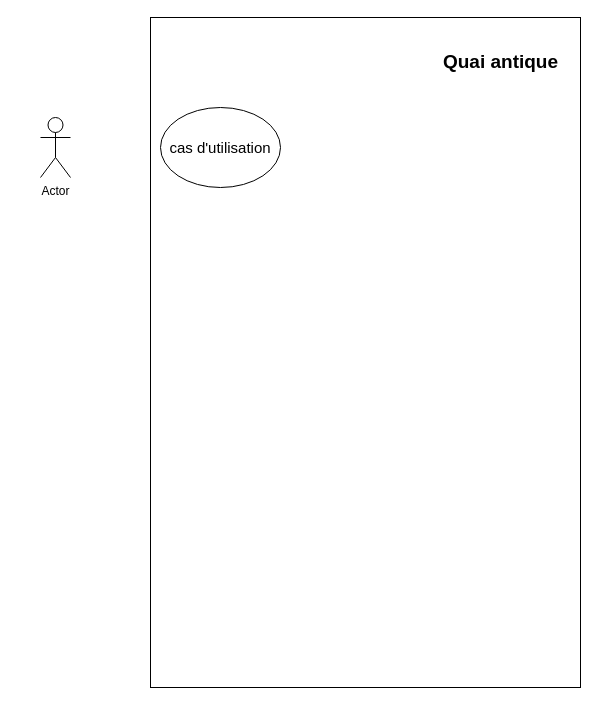
The draw.io diagram Diagramme quai antique.drawio in Valtenas/projet-fil-rouge, before the edit. Source tidied: cells renumbered, new cells numbered last; positions are measured from the earlier drawing's top-left corner, leaving out a move shared by most shapes. Both pictures are drawn from the tidied source at 100%, with x=0, y=0 at pixel (40, 17).
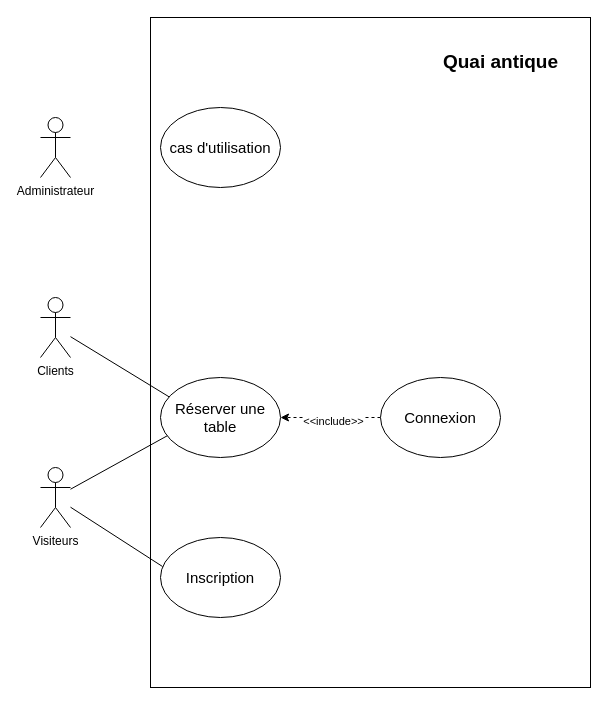
The same page after the edit.

The edit, as a diff of the source:
```diff
@@
 <mxGraphModel>
   <root>
     <mxCell id="0" />
     <mxCell id="1" parent="0" />
     <mxCell id="2" style="rounded=0;whiteSpace=wrap;html=1;" parent="1" vertex="1">
-      <mxGeometry x="110" width="430" height="670" as="geometry" />
+      <mxGeometry x="110" width="440" height="670" as="geometry" />
     </mxCell>
     <mxCell id="3" value="Quai antique" style="text;strokeColor=none;fillColor=none;html=1;fontSize=19;fontStyle=1;verticalAlign=middle;align=center;" parent="1" vertex="1">
       <mxGeometry x="410" y="20" width="100" height="50" as="geometry" />
     </mxCell>
     <mxCell id="4" value="cas d'utilisation" style="ellipse;whiteSpace=wrap;html=1;fontSize=15;" parent="1" vertex="1">
       <mxGeometry x="120" y="90" width="120" height="80" as="geometry" />
     </mxCell>
-    <mxCell id="5" value="Actor" style="shape=umlActor;verticalLabelPosition=bottom;verticalAlign=top;html=1;" parent="1" vertex="1">
+    <mxCell id="5" value="&lt;div&gt;Administrateur&lt;/div&gt;" style="shape=umlActor;verticalLabelPosition=bottom;verticalAlign=top;html=1;" parent="1" vertex="1">
       <mxGeometry y="100" width="30" height="60" as="geometry" />
     </mxCell>
+    <mxCell id="6" style="rounded=0;jettySize=auto;html=1;entryX=0.108;entryY=0.275;entryDx=0;entryDy=0;endArrow=none;startFill=0;entryPerimeter=0;" parent="1" edge="1" source="7" target="12">
+      <mxGeometry relative="1" as="geometry" />
+    </mxCell>
+    <mxCell id="7" value="&lt;div&gt;Clients&lt;/div&gt;" style="shape=umlActor;verticalLabelPosition=bottom;verticalAlign=top;html=1;outlineConnect=0;" parent="1" vertex="1">
+      <mxGeometry y="280" width="30" height="60" as="geometry" />
+    </mxCell>
+    <mxCell id="8" style="rounded=0;jettySize=auto;html=1;entryX=0.075;entryY=0.713;entryDx=0;entryDy=0;endArrow=none;startFill=0;entryPerimeter=0;" parent="1" edge="1" source="9" target="12">
+      <mxGeometry relative="1" as="geometry" />
+    </mxCell>
+    <mxCell id="9" value="Visiteurs" style="shape=umlActor;verticalLabelPosition=bottom;verticalAlign=top;html=1;outlineConnect=0;" parent="1" vertex="1">
+      <mxGeometry y="450" width="30" height="60" as="geometry" />
+    </mxCell>
+    <mxCell id="10" value="Inscription" style="ellipse;whiteSpace=wrap;html=1;fontSize=15;" parent="1" vertex="1">
+      <mxGeometry x="120" y="520" width="120" height="80" as="geometry" />
+    </mxCell>
+    <mxCell id="11" style="rounded=0;jettySize=auto;html=1;endArrow=none;startFill=0;entryX=0.017;entryY=0.363;entryDx=0;entryDy=0;entryPerimeter=0;" parent="1" edge="1" source="9" target="10">
+      <mxGeometry relative="1" as="geometry" />
+    </mxCell>
+    <mxCell id="12" value="Réserver une table" style="ellipse;whiteSpace=wrap;html=1;fontSize=15;" parent="1" vertex="1">
+      <mxGeometry x="120" y="360" width="120" height="80" as="geometry" />
+    </mxCell>
+    <mxCell id="13" style="edgeStyle=orthogonalEdgeStyle;rounded=0;jettySize=auto;html=1;entryX=1;entryY=0.5;entryDx=0;entryDy=0;dashed=1;" parent="1" edge="1" source="15" target="12">
+      <mxGeometry relative="1" as="geometry" />
+    </mxCell>
+    <mxCell id="14" value="&amp;lt;&amp;lt;include&amp;gt;&amp;gt;" style="edgeLabel;html=1;align=center;verticalAlign=middle;" parent="13" vertex="1">
+      <mxGeometry x="-0.04" y="3" relative="1" as="geometry" />
+    </mxCell>
+    <mxCell id="15" value="Connexion" style="ellipse;whiteSpace=wrap;html=1;fontSize=15;" parent="1" vertex="1">
+      <mxGeometry x="340" y="360" width="120" height="80" as="geometry" />
+    </mxCell>
   </root>
 </mxGraphModel>
```
